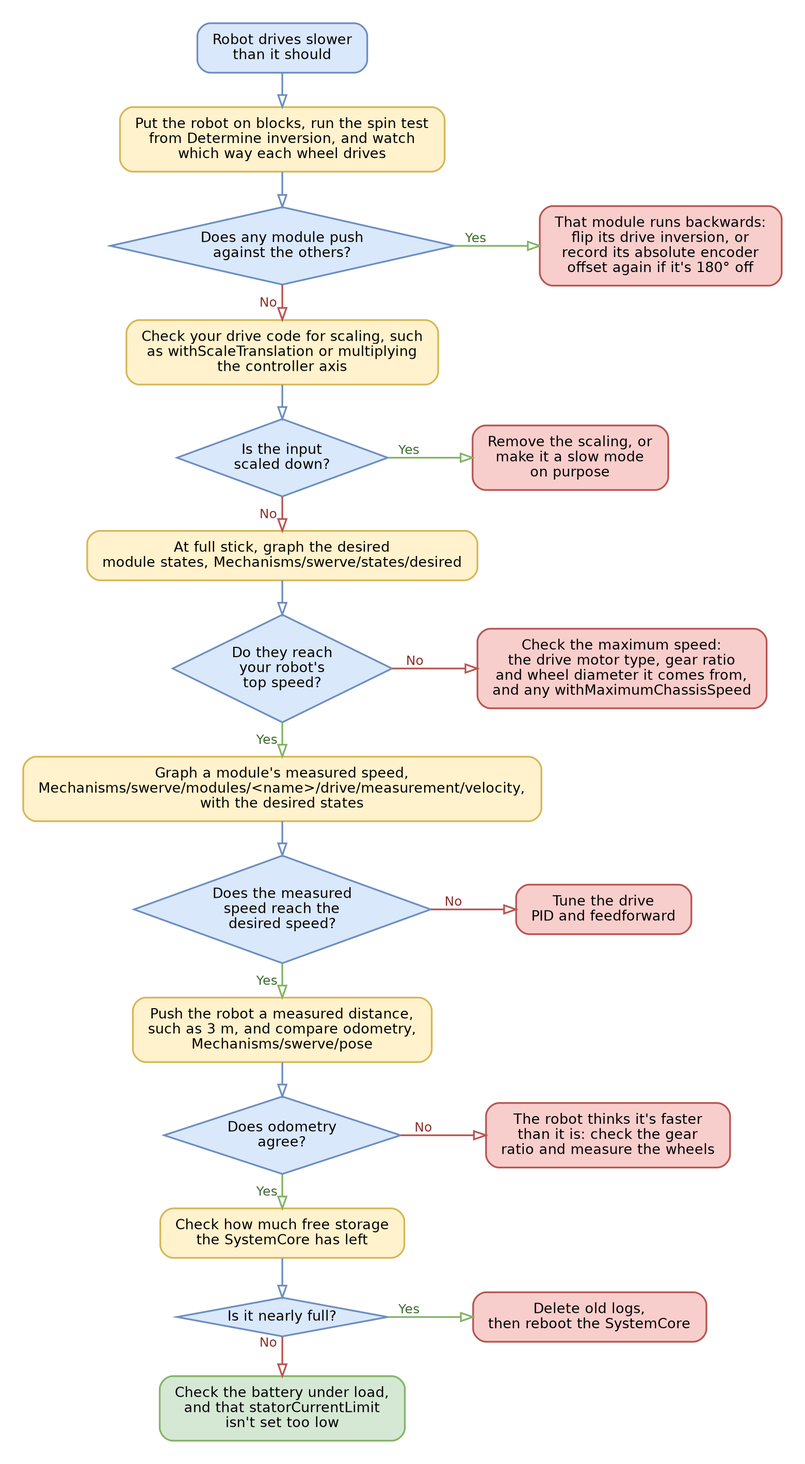
The Graphviz diagram .gitbook/assets/yagsl-flowchart-slow.png in Yet-Another-Software-Suite/YAGSL-gitbook, before a commit. Its source is kept beside it as .gitbook/assets/yagsl-flowchart-slow.dot.
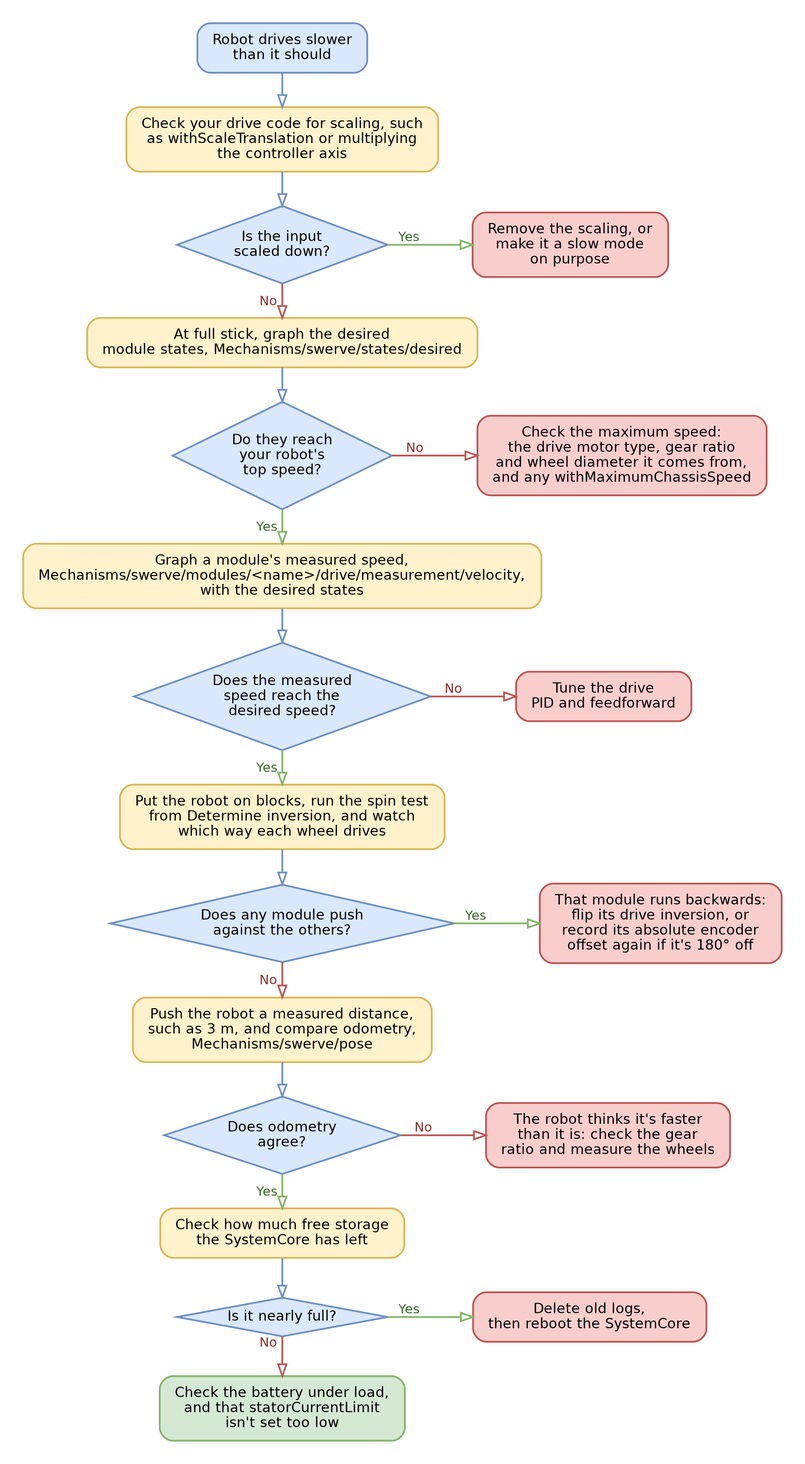
After the change.

Commit message:
Flowcharts: fast checks first, slow checks last

Change to the diagram source:
```diff
@@ -4,35 +4,35 @@
   edge  [fontname="DejaVu Sans", fontsize=12, penwidth=1.6, arrowhead=onormal, arrowsize=1.1];
   graph [nodesep=1.1];
   s [label="Robot drives slower\nthan it should", shape=box, style="rounded,filled", fillcolor="#dae8fc", color="#6c8ebf"];
-  h1 [label="Put the robot on blocks, run the spin test\nfrom Determine inversion, and watch\nwhich way each wheel drives", shape=box, style="rounded,filled", fillcolor="#fff2cc", color="#d6b656"];
-  q1 [label="Does any module push\nagainst the others?", shape=diamond, style=filled, fillcolor="#dae8fc", color="#6c8ebf", margin="0.05,0.05"];
-  f1 [label="That module runs backwards:\nflip its drive inversion, or\nrecord its absolute encoder\noffset again if it's 180° off", shape=box, style="rounded,filled", fillcolor="#f8cecc", color="#b85450"];
+  h1 [label="Check your drive code for scaling, such\nas withScaleTranslation or multiplying\nthe controller axis", shape=box, style="rounded,filled", fillcolor="#fff2cc", color="#d6b656"];
+  q1 [label="Is the input\nscaled down?", shape=diamond, style=filled, fillcolor="#dae8fc", color="#6c8ebf", margin="0.05,0.05"];
+  f1 [label="Remove the scaling, or\nmake it a slow mode\non purpose", shape=box, style="rounded,filled", fillcolor="#f8cecc", color="#b85450"];
   {rank=same; q1; f1;}
   s -> h1 [color="#6c8ebf", weight=10];
   h1 -> q1 [color="#6c8ebf", weight=10];
   q1 -> f1 [xlabel=" Yes ", color="#82b366", fontcolor="#3d6b2f"];
   q1 -> h2 [xlabel=" No ", color="#b85450", fontcolor="#8c2f2b", weight=10];
-  h2 [label="Check your drive code for scaling, such\nas withScaleTranslation or multiplying\nthe controller axis", shape=box, style="rounded,filled", fillcolor="#fff2cc", color="#d6b656"];
-  q2 [label="Is the input\nscaled down?", shape=diamond, style=filled, fillcolor="#dae8fc", color="#6c8ebf", margin="0.05,0.05"];
-  f2 [label="Remove the scaling, or\nmake it a slow mode\non purpose", shape=box, style="rounded,filled", fillcolor="#f8cecc", color="#b85450"];
+  h2 [label="At full stick, graph the desired\nmodule states, Mechanisms/swerve/states/desired", shape=box, style="rounded,filled", fillcolor="#fff2cc", color="#d6b656"];
+  q2 [label="Do they reach\nyour robot's\ntop speed?", shape=diamond, style=filled, fillcolor="#dae8fc", color="#6c8ebf", margin="0.05,0.05"];
+  f2 [label="Check the maximum speed:\nthe drive motor type, gear ratio\nand wheel diameter it comes from,\nand any withMaximumChassisSpeed", shape=box, style="rounded,filled", fillcolor="#f8cecc", color="#b85450"];
   {rank=same; q2; f2;}
   h2 -> q2 [color="#6c8ebf", weight=10];
-  q2 -> f2 [xlabel=" Yes ", color="#82b366", fontcolor="#3d6b2f"];
-  q2 -> h3 [xlabel=" No ", color="#b85450", fontcolor="#8c2f2b", weight=10];
-  h3 [label="At full stick, graph the desired\nmodule states, Mechanisms/swerve/states/desired", shape=box, style="rounded,filled", fillcolor="#fff2cc", color="#d6b656"];
-  q3 [label="Do they reach\nyour robot's\ntop speed?", shape=diamond, style=filled, fillcolor="#dae8fc", color="#6c8ebf", margin="0.05,0.05"];
-  f3 [label="Check the maximum speed:\nthe drive motor type, gear ratio\nand wheel diameter it comes from,\nand any withMaximumChassisSpeed", shape=box, style="rounded,filled", fillcolor="#f8cecc", color="#b85450"];
+  q2 -> f2 [xlabel=" No ", color="#b85450", fontcolor="#8c2f2b"];
+  q2 -> h3 [xlabel=" Yes ", color="#82b366", fontcolor="#3d6b2f", weight=10];
+  h3 [label="Graph a module's measured speed,\nMechanisms/swerve/modules/<name>/drive/measurement/velocity,\nwith the desired states", shape=box, style="rounded,filled", fillcolor="#fff2cc", color="#d6b656"];
+  q3 [label="Does the measured\nspeed reach the\ndesired speed?", shape=diamond, style=filled, fillcolor="#dae8fc", color="#6c8ebf", margin="0.05,0.05"];
+  f3 [label="Tune the drive\nPID and feedforward", shape=box, style="rounded,filled", fillcolor="#f8cecc", color="#b85450"];
   {rank=same; q3; f3;}
   h3 -> q3 [color="#6c8ebf", weight=10];
   q3 -> f3 [xlabel=" No ", color="#b85450", fontcolor="#8c2f2b"];
   q3 -> h4 [xlabel=" Yes ", color="#82b366", fontcolor="#3d6b2f", weight=10];
-  h4 [label="Graph a module's measured speed,\nMechanisms/swerve/modules/<name>/drive/measurement/velocity,\nwith the desired states", shape=box, style="rounded,filled", fillcolor="#fff2cc", color="#d6b656"];
-  q4 [label="Does the measured\nspeed reach the\ndesired speed?", shape=diamond, style=filled, fillcolor="#dae8fc", color="#6c8ebf", margin="0.05,0.05"];
-  f4 [label="Tune the drive\nPID and feedforward", shape=box, style="rounded,filled", fillcolor="#f8cecc", color="#b85450"];
+  h4 [label="Put the robot on blocks, run the spin test\nfrom Determine inversion, and watch\nwhich way each wheel drives", shape=box, style="rounded,filled", fillcolor="#fff2cc", color="#d6b656"];
+  q4 [label="Does any module push\nagainst the others?", shape=diamond, style=filled, fillcolor="#dae8fc", color="#6c8ebf", margin="0.05,0.05"];
+  f4 [label="That module runs backwards:\nflip its drive inversion, or\nrecord its absolute encoder\noffset again if it's 180° off", shape=box, style="rounded,filled", fillcolor="#f8cecc", color="#b85450"];
   {rank=same; q4; f4;}
   h4 -> q4 [color="#6c8ebf", weight=10];
-  q4 -> f4 [xlabel=" No ", color="#b85450", fontcolor="#8c2f2b"];
-  q4 -> h5 [xlabel=" Yes ", color="#82b366", fontcolor="#3d6b2f", weight=10];
+  q4 -> f4 [xlabel=" Yes ", color="#82b366", fontcolor="#3d6b2f"];
+  q4 -> h5 [xlabel=" No ", color="#b85450", fontcolor="#8c2f2b", weight=10];
   h5 [label="Push the robot a measured distance,\nsuch as 3 m, and compare odometry,\nMechanisms/swerve/pose", shape=box, style="rounded,filled", fillcolor="#fff2cc", color="#d6b656"];
   q5 [label="Does odometry\nagree?", shape=diamond, style=filled, fillcolor="#dae8fc", color="#6c8ebf", margin="0.05,0.05"];
   f5 [label="The robot thinks it's faster\nthan it is: check the gear\nratio and measure the wheels", shape=box, style="rounded,filled", fillcolor="#f8cecc", color="#b85450"];
```
